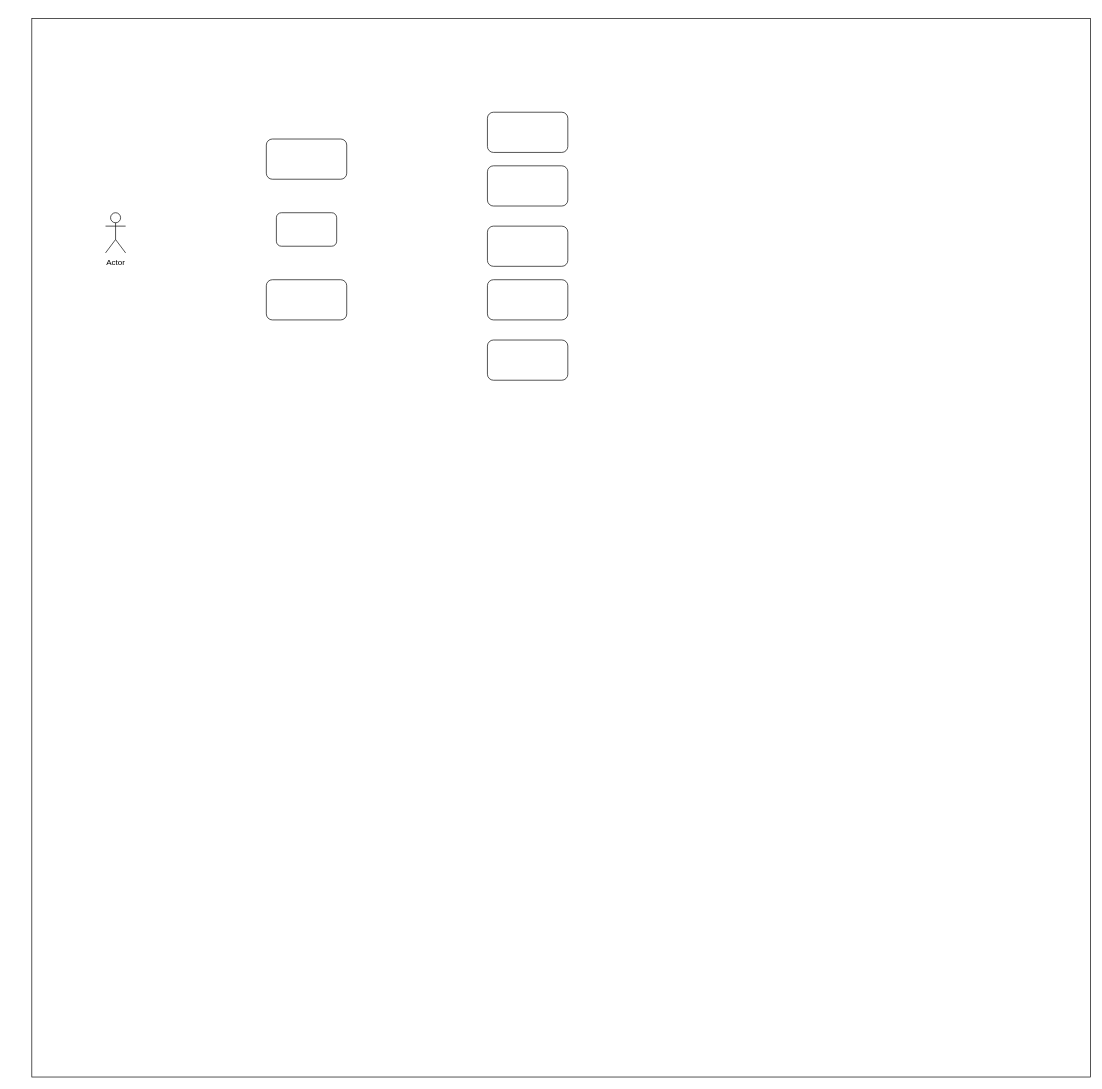
Before: dgdp.drawio in polak008/draw.io, a draw.io diagram. Source tidied: cells renumbered, new cells numbered last; positions are measured from the earlier drawing's top-left corner, leaving out a move shared by most shapes. Both pictures are drawn from the tidied source at 67%, with x=0, y=0 at pixel (31, 18).
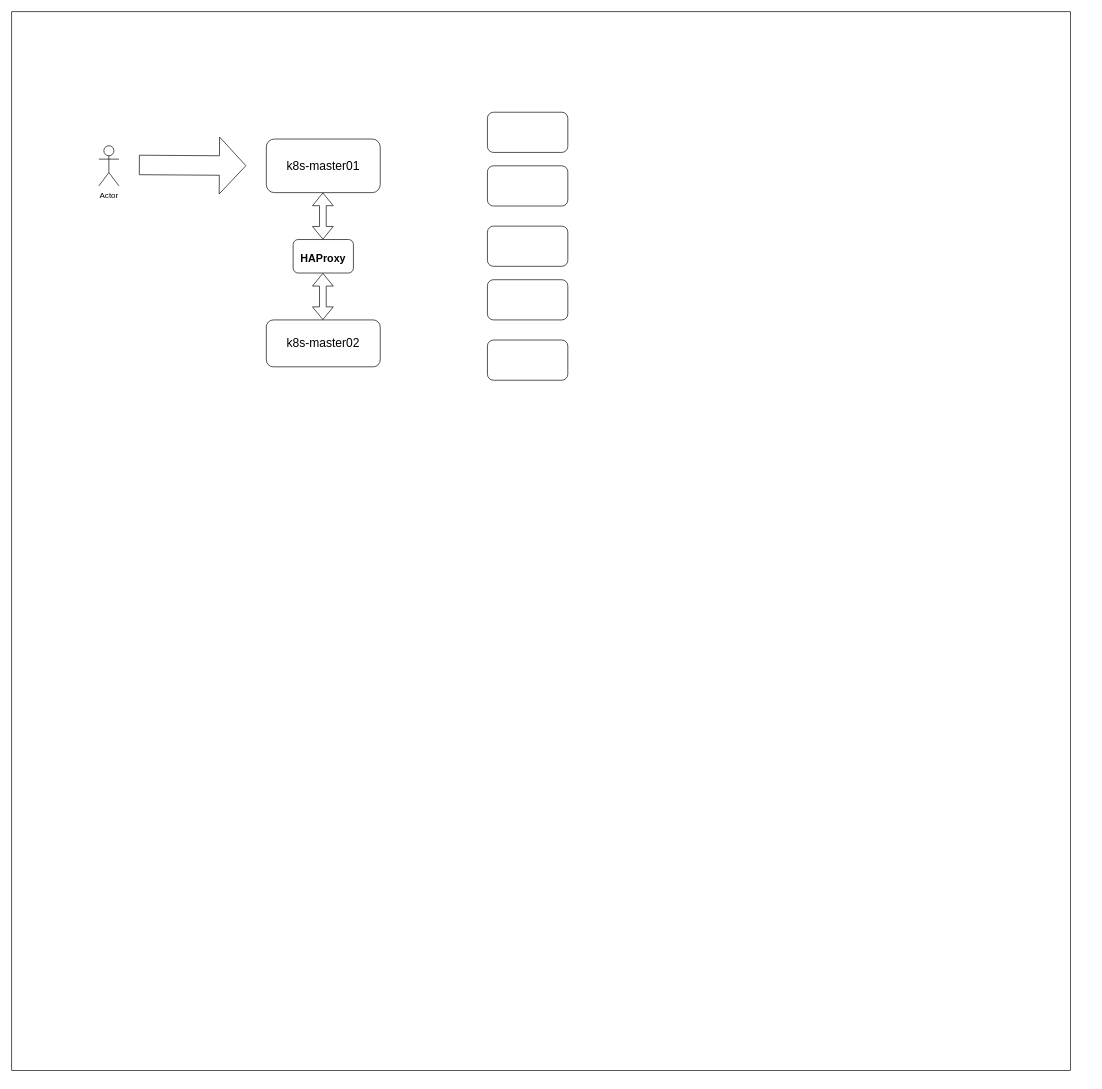
The same diagram, later.

Change to the diagram source:
```diff
@@
 <mxGraphModel>
   <root>
     <mxCell id="0" />
     <mxCell id="1" parent="0" />
     <mxCell id="2" style="whiteSpace=wrap;html=1;fillColor=none;" parent="1" vertex="1">
-      <mxGeometry width="1580" height="1580" as="geometry" />
+      <mxGeometry x="-30" y="-10" width="1580" height="1580" as="geometry" />
     </mxCell>
-    <mxCell id="3" style="rounded=1;whiteSpace=wrap;html=1;" parent="1" vertex="1">
-      <mxGeometry x="350" y="180" width="120" height="60" as="geometry" />
+    <mxCell id="3" value="&lt;font style=&quot;font-size: 18px;&quot;&gt;k8s-master01&lt;/font&gt;" style="rounded=1;whiteSpace=wrap;html=1;" parent="1" vertex="1">
+      <mxGeometry x="350" y="180" width="170" height="80" as="geometry" />
     </mxCell>
-    <mxCell id="4" style="rounded=1;whiteSpace=wrap;html=1;" parent="1" vertex="1">
-      <mxGeometry x="350" y="390" width="120" height="60" as="geometry" />
+    <mxCell id="4" value="&lt;span style=&quot;font-size: 18px;&quot;&gt;k8s-master02&lt;/span&gt;" style="rounded=1;whiteSpace=wrap;html=1;" parent="1" vertex="1">
+      <mxGeometry x="350" y="450" width="170" height="70" as="geometry" />
     </mxCell>
     <mxCell id="5" style="rounded=1;whiteSpace=wrap;html=1;" parent="1" vertex="1">
       <mxGeometry x="680" y="140" width="120" height="60" as="geometry" />
     </mxCell>
     <mxCell id="6" style="rounded=1;whiteSpace=wrap;html=1;" parent="1" vertex="1">
       <mxGeometry x="680" y="220" width="120" height="60" as="geometry" />
     </mxCell>
     <mxCell id="7" style="rounded=1;whiteSpace=wrap;html=1;" parent="1" vertex="1">
       <mxGeometry x="680" y="310" width="120" height="60" as="geometry" />
     </mxCell>
     <mxCell id="8" style="rounded=1;whiteSpace=wrap;html=1;" parent="1" vertex="1">
       <mxGeometry x="680" y="390" width="120" height="60" as="geometry" />
     </mxCell>
     <mxCell id="9" style="rounded=1;whiteSpace=wrap;html=1;" parent="1" vertex="1">
       <mxGeometry x="680" y="480" width="120" height="60" as="geometry" />
     </mxCell>
-    <mxCell id="10" style="rounded=1;whiteSpace=wrap;html=1;" parent="1" vertex="1">
-      <mxGeometry x="365" y="290" width="90" height="50" as="geometry" />
+    <mxCell id="10" value="&lt;table style=&quot;font-family: helvetica, arial;&quot; width=&quot;100%&quot; cellspacing=&quot;0&quot; cellpadding=&quot;0&quot; border=&quot;0&quot; cols=&quot;3&quot;&gt;&lt;tbody&gt;&lt;tr&gt;&lt;td style=&quot;line-height: 16px;&quot;&gt;&lt;h1 style=&quot;font-size: x-large; margin-bottom: 0.5em;&quot;&gt;&lt;a style=&quot;text-decoration-line: none; color: black;&quot; href=&quot;http://www.haproxy.org/&quot;&gt;&lt;font style=&quot;font-size: 16px;&quot;&gt;HAProxy&lt;/font&gt;&lt;/a&gt;&lt;/h1&gt;&lt;/td&gt;&lt;/tr&gt;&lt;/tbody&gt;&lt;/table&gt;" style="rounded=1;whiteSpace=wrap;html=1;" parent="1" vertex="1">
+      <mxGeometry x="390" y="330" width="90" height="50" as="geometry" />
     </mxCell>
     <mxCell id="11" value="Actor" style="shape=umlActor;verticalLabelPosition=bottom;verticalAlign=top;html=1;" parent="1" vertex="1">
-      <mxGeometry x="110" y="290" width="30" height="60" as="geometry" />
+      <mxGeometry x="100" y="190" width="30" height="60" as="geometry" />
     </mxCell>
+    <mxCell id="12" style="shape=flexArrow;endArrow=classic;html=1;rounded=0;width=29.09090909090909;endSize=12.849999999999998;endWidth=54.88636363636363;" parent="1" edge="1">
+      <mxGeometry relative="1" as="geometry">
+        <mxPoint x="160" y="218.7" as="sourcePoint" />
+        <mxPoint x="320" y="219.8" as="targetPoint" />
+      </mxGeometry>
+    </mxCell>
+    <mxCell id="13" style="shape=flexArrow;endArrow=classic;startArrow=classic;html=1;rounded=0;" parent="1" edge="1">
+      <mxGeometry relative="1" as="geometry">
+        <mxPoint x="434.4" y="330" as="sourcePoint" />
+        <mxPoint x="434.4" y="260" as="targetPoint" />
+      </mxGeometry>
+    </mxCell>
+    <mxCell id="14" style="shape=flexArrow;endArrow=classic;startArrow=classic;html=1;rounded=0;" parent="1" edge="1">
+      <mxGeometry relative="1" as="geometry">
+        <mxPoint x="434.4" y="450" as="sourcePoint" />
+        <mxPoint x="434.4" y="380" as="targetPoint" />
+      </mxGeometry>
+    </mxCell>
   </root>
 </mxGraphModel>
```
